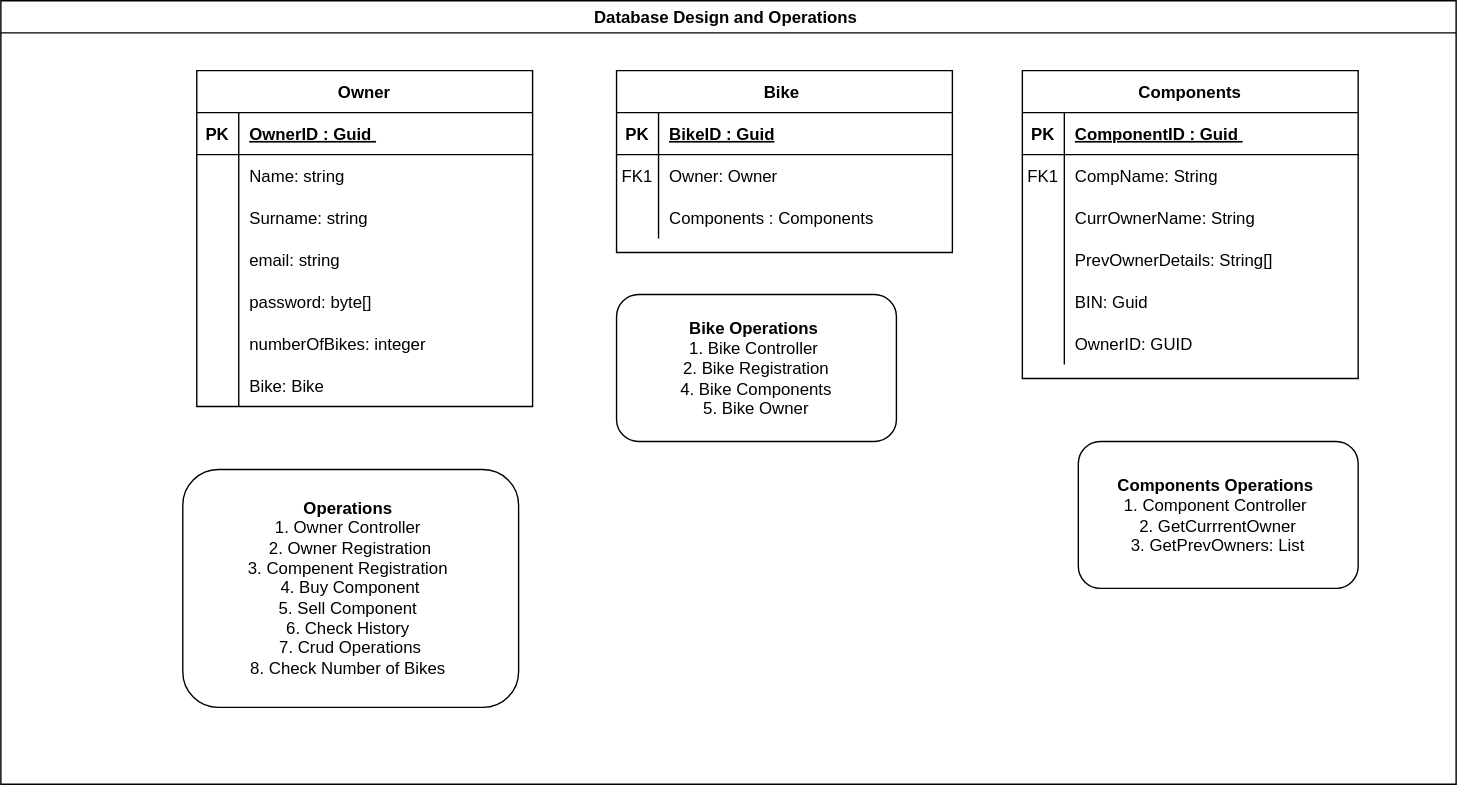
This is docs/images/tracing-db.drawio.svg from elias-pitsi/Microbility-tracing, a draw.io export, as it was before one commit. Source tidied: cells renumbered, new cells last; positions are measured from the earlier drawing's top-left corner, leaving out a move shared by most shapes.
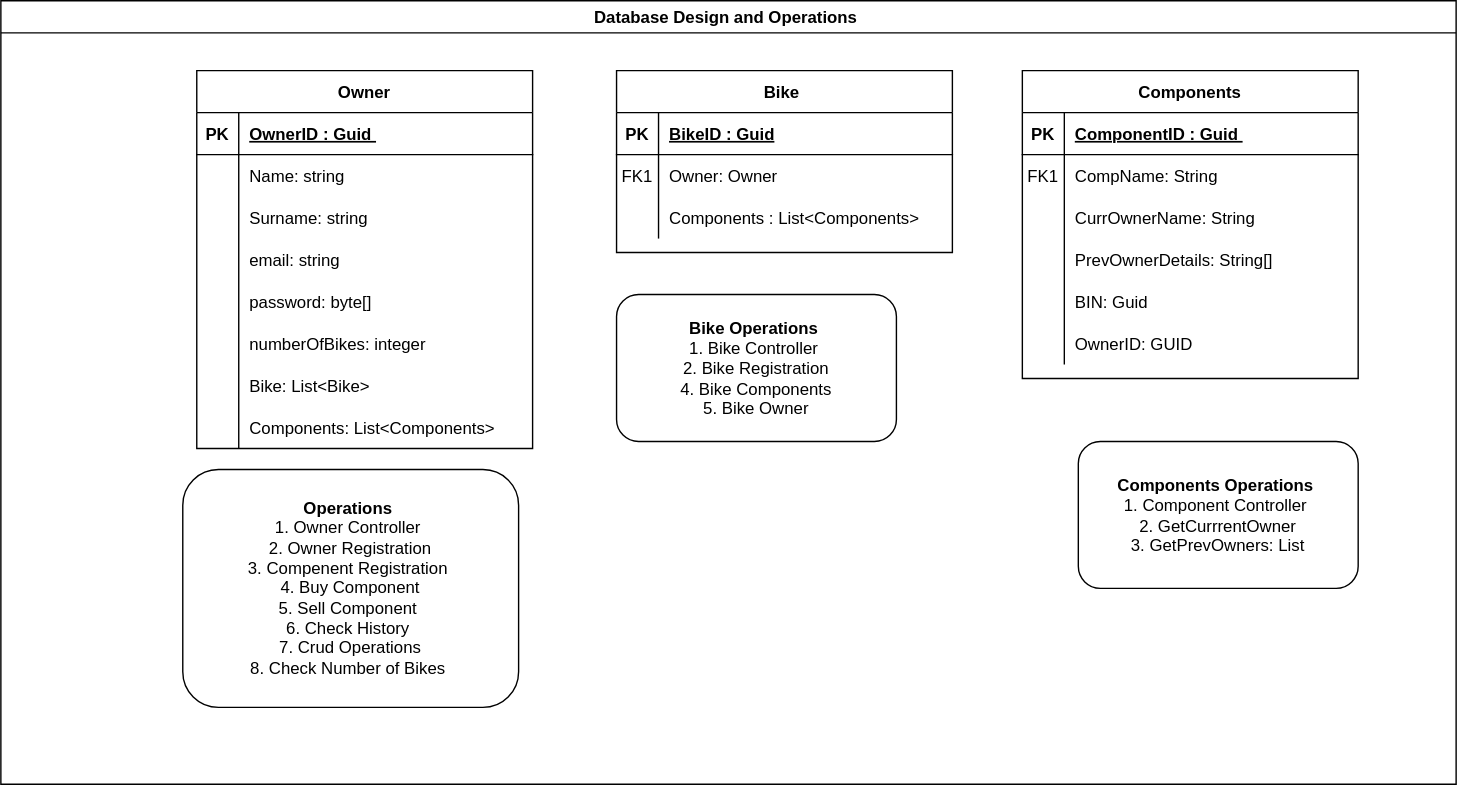
The same file after the commit.

Change to the diagram source:
```diff
@@ -29,7 +29,7 @@
     <mxCell id="10" style="shape=partialRectangle;overflow=hidden;fillColor=none;top=0;left=0;bottom=0;right=0;" parent="9" vertex="1">
       <mxGeometry width="30" height="30" as="geometry" />
     </mxCell>
-    <mxCell id="11" value="Components : Components" style="shape=partialRectangle;overflow=hidden;fillColor=none;top=0;left=0;bottom=0;right=0;align=left;spacingLeft=6;" parent="9" vertex="1">
+    <mxCell id="11" value="Components : List&lt;Components&gt;" style="shape=partialRectangle;overflow=hidden;fillColor=none;top=0;left=0;bottom=0;right=0;align=left;spacingLeft=6;" parent="9" vertex="1">
       <mxGeometry x="30" width="210" height="30" as="geometry" />
     </mxCell>
     <mxCell id="12" value="Components" style="shape=table;startSize=30;rowLines=0;fontStyle=1;align=center;" parent="1" vertex="1">
@@ -90,7 +90,7 @@
       <mxGeometry x="30" width="210" height="30" as="geometry" />
     </mxCell>
     <mxCell id="31" value="Owner" style="shape=table;startSize=30;rowLines=0;fontStyle=1;align=center;" parent="1" vertex="1">
-      <mxGeometry x="140" y="50" width="240" height="240" as="geometry" />
+      <mxGeometry x="140" y="50" width="240" height="270" as="geometry" />
     </mxCell>
     <mxCell id="32" style="shape=partialRectangle;fillColor=none;top=0;left=0;right=0;bottom=1;" parent="31" vertex="1">
       <mxGeometry y="30" width="240" height="30" as="geometry" />
@@ -152,9 +152,18 @@
     <mxCell id="51" style="shape=partialRectangle;overflow=hidden;fillColor=none;top=0;left=0;bottom=0;right=0;" parent="50" vertex="1">
       <mxGeometry width="30" height="30" as="geometry" />
     </mxCell>
-    <mxCell id="52" value="Bike: Bike" style="shape=partialRectangle;overflow=hidden;fillColor=none;top=0;left=0;bottom=0;right=0;align=left;spacingLeft=6;" parent="50" vertex="1">
+    <mxCell id="52" value="Bike: List&lt;Bike&gt;" style="shape=partialRectangle;overflow=hidden;fillColor=none;top=0;left=0;bottom=0;right=0;align=left;spacingLeft=6;" parent="50" vertex="1">
       <mxGeometry x="30" width="210" height="30" as="geometry" />
     </mxCell>
+    <mxCell id="58" style="shape=partialRectangle;fillColor=none;top=0;left=0;right=0;bottom=0;" parent="31" vertex="1">
+      <mxGeometry y="240" width="240" height="30" as="geometry" />
+    </mxCell>
+    <mxCell id="59" style="shape=partialRectangle;overflow=hidden;fillColor=none;top=0;left=0;bottom=0;right=0;" parent="58" vertex="1">
+      <mxGeometry width="30" height="30" as="geometry" />
+    </mxCell>
+    <mxCell id="60" value="Components: List&lt;Components&gt;" style="shape=partialRectangle;overflow=hidden;fillColor=none;top=0;left=0;bottom=0;right=0;align=left;spacingLeft=6;" parent="58" vertex="1">
+      <mxGeometry x="30" width="210" height="30" as="geometry" />
+    </mxCell>
     <mxCell id="53" value="&lt;br&gt;" style="text;html=1;align=center;verticalAlign=middle;strokeColor=none;fillColor=none;" parent="1" vertex="1">
       <mxGeometry x="180" y="405" width="20" height="30" as="geometry" />
     </mxCell>
```
